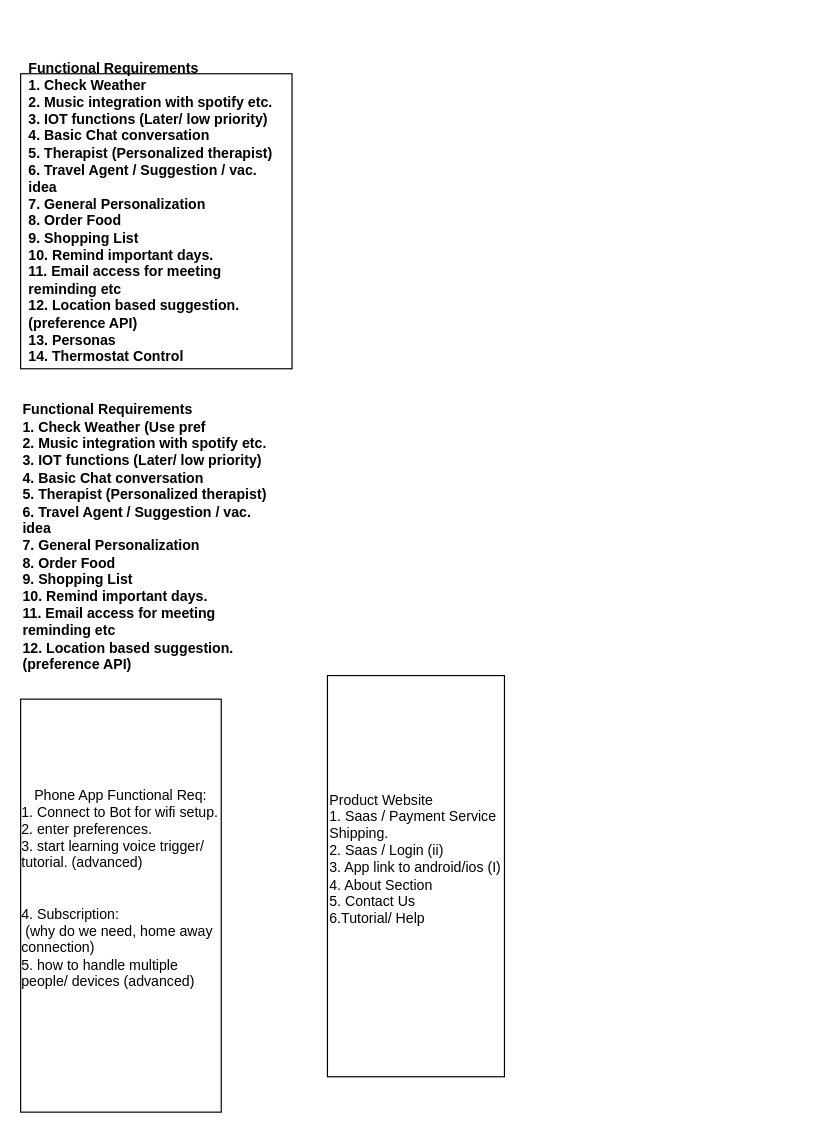
Above: page "Page-1" (1 of 4) of SoftwareDesign.drawio in kavinbala96/chatBot (draw.io), before the change. Source tidied: cells renumbered, new cells numbered last; positions are measured from the earlier drawing's top-left corner, leaving out a move shared by most shapes. Both pictures are drawn from the tidied source at 118%, with x=0, y=0 at pixel (20, 73).
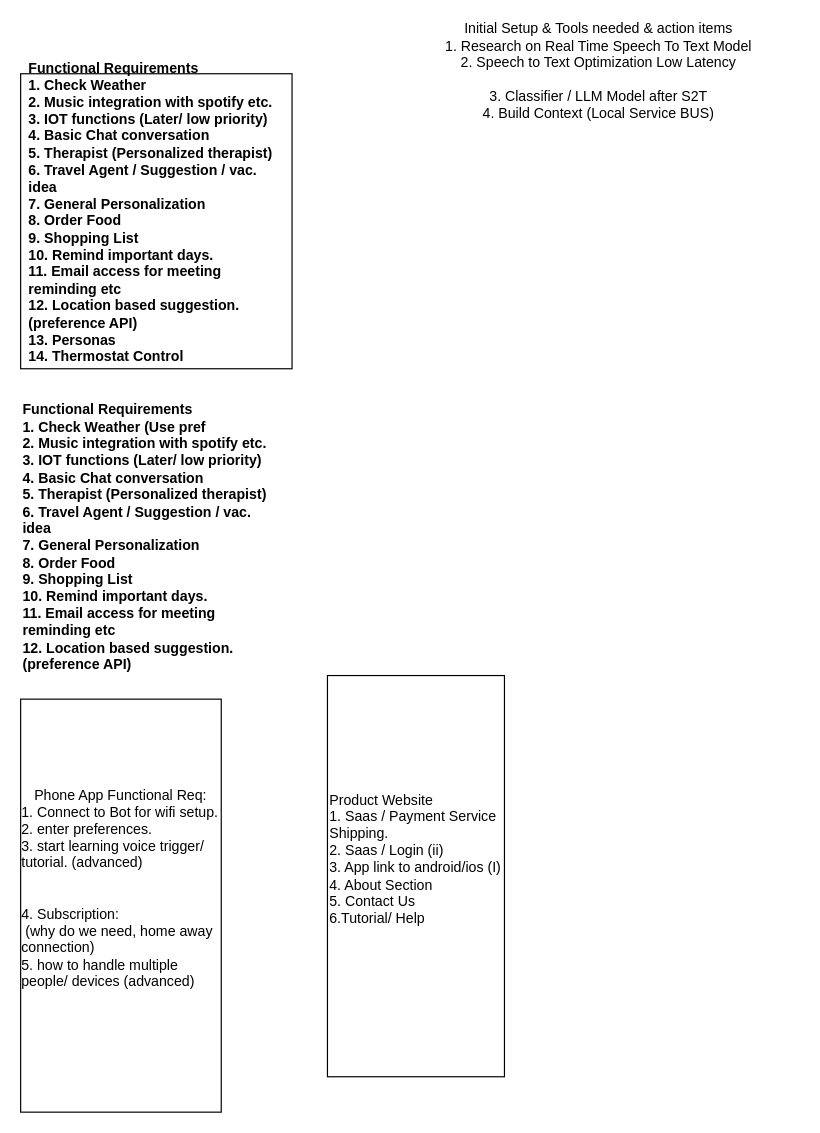
Above is the later version.

The edit, as a diff of the source:
```diff
@@
 <mxGraphModel>
   <root>
     <mxCell id="0" />
     <mxCell id="1" parent="0" />
     <mxCell id="2" style="rounded=0;whiteSpace=wrap;html=1;" parent="1" vertex="1">
       <mxGeometry width="230" height="250" as="geometry" />
     </mxCell>
     <mxCell id="3" value="&lt;div align=&quot;left&quot;&gt;&lt;b&gt;Functional Requirements&lt;/b&gt;&lt;/div&gt;&lt;div align=&quot;left&quot;&gt;&lt;b&gt;1. Check Weather&lt;/b&gt;&lt;/div&gt;&lt;div align=&quot;left&quot;&gt;&lt;b&gt;2. Music integration with spotify etc.&lt;/b&gt;&lt;/div&gt;&lt;div align=&quot;left&quot;&gt;&lt;b&gt;3. IOT functions (Later/ low priority)&lt;/b&gt;&lt;/div&gt;&lt;div align=&quot;left&quot;&gt;&lt;b&gt;4. Basic Chat conversation&lt;/b&gt;&lt;/div&gt;&lt;div align=&quot;left&quot;&gt;&lt;b&gt;5. Therapist (Personalized therapist)&lt;/b&gt;&lt;/div&gt;&lt;div align=&quot;left&quot;&gt;&lt;b&gt;6. Travel Agent / Suggestion / vac. idea &lt;br&gt;&lt;/b&gt;&lt;/div&gt;&lt;div align=&quot;left&quot;&gt;&lt;b&gt;7. General Personalization&lt;/b&gt;&lt;/div&gt;&lt;div align=&quot;left&quot;&gt;&lt;b&gt;8. Order Food&lt;/b&gt;&lt;/div&gt;&lt;div align=&quot;left&quot;&gt;&lt;b&gt;9. Shopping List&lt;/b&gt;&lt;/div&gt;&lt;div align=&quot;left&quot;&gt;&lt;b&gt;10. Remind important days.&lt;/b&gt;&lt;/div&gt;&lt;div align=&quot;left&quot;&gt;&lt;b&gt;11. Email access for meeting reminding etc&lt;/b&gt;&lt;/div&gt;&lt;div align=&quot;left&quot;&gt;&lt;b&gt;12. Location based suggestion. (preference API)&lt;/b&gt;&lt;/div&gt;&lt;div align=&quot;left&quot;&gt;&lt;b&gt;13. Personas&lt;br&gt;&lt;/b&gt;&lt;/div&gt;&lt;div align=&quot;left&quot;&gt;&lt;b&gt;14. Thermostat Control&lt;br&gt;&lt;/b&gt;&lt;/div&gt;&lt;div align=&quot;left&quot;&gt;&lt;b&gt;&amp;nbsp;&amp;nbsp;&amp;nbsp;&amp;nbsp;&amp;nbsp; &lt;br&gt;&lt;/b&gt;&lt;/div&gt;" style="text;html=1;align=left;verticalAlign=middle;whiteSpace=wrap;rounded=0;" parent="1" vertex="1">
       <mxGeometry x="5" y="10" width="220" height="230" as="geometry" />
     </mxCell>
     <mxCell id="4" value="&lt;div align=&quot;left&quot;&gt;&lt;b&gt;Functional Requirements&lt;/b&gt;&lt;/div&gt;&lt;div align=&quot;left&quot;&gt;&lt;b&gt;1. Check Weather (Use pref&lt;br&gt;&lt;/b&gt;&lt;/div&gt;&lt;div align=&quot;left&quot;&gt;&lt;b&gt;2. Music integration with spotify etc.&lt;/b&gt;&lt;/div&gt;&lt;div align=&quot;left&quot;&gt;&lt;b&gt;3. IOT functions (Later/ low priority)&lt;/b&gt;&lt;/div&gt;&lt;div align=&quot;left&quot;&gt;&lt;b&gt;4. Basic Chat conversation&lt;/b&gt;&lt;/div&gt;&lt;div align=&quot;left&quot;&gt;&lt;b&gt;5. Therapist (Personalized therapist)&lt;/b&gt;&lt;/div&gt;&lt;div align=&quot;left&quot;&gt;&lt;b&gt;6. Travel Agent / Suggestion / vac. idea &lt;br&gt;&lt;/b&gt;&lt;/div&gt;&lt;div align=&quot;left&quot;&gt;&lt;b&gt;7. General Personalization&lt;/b&gt;&lt;/div&gt;&lt;div align=&quot;left&quot;&gt;&lt;b&gt;8. Order Food&lt;/b&gt;&lt;/div&gt;&lt;div align=&quot;left&quot;&gt;&lt;b&gt;9. Shopping List&lt;/b&gt;&lt;/div&gt;&lt;div align=&quot;left&quot;&gt;&lt;b&gt;10. Remind important days.&lt;/b&gt;&lt;/div&gt;&lt;div align=&quot;left&quot;&gt;&lt;b&gt;11. Email access for meeting reminding etc&lt;/b&gt;&lt;/div&gt;&lt;div align=&quot;left&quot;&gt;&lt;b&gt;12. Location based suggestion. (preference API)&lt;/b&gt;&lt;/div&gt;&lt;div align=&quot;left&quot;&gt;&lt;b&gt;&amp;nbsp;&amp;nbsp;&amp;nbsp;&amp;nbsp;&amp;nbsp; &lt;br&gt;&lt;/b&gt;&lt;/div&gt;" style="text;html=1;align=left;verticalAlign=middle;whiteSpace=wrap;rounded=0;" parent="1" vertex="1">
       <mxGeometry y="290" width="220" height="220" as="geometry" />
     </mxCell>
     <mxCell id="5" value="&lt;div&gt;Phone App Functional Req:&lt;/div&gt;&lt;div align=&quot;left&quot;&gt;1. Connect to Bot for wifi setup.&lt;/div&gt;&lt;div align=&quot;left&quot;&gt;2. enter preferences.&lt;/div&gt;&lt;div align=&quot;left&quot;&gt;3. start learning voice trigger/ tutorial. (advanced)&lt;br&gt;&lt;br&gt;&lt;br&gt;&lt;/div&gt;&lt;div align=&quot;left&quot;&gt;4. Subscription:&lt;/div&gt;&lt;div align=&quot;left&quot;&gt;&amp;nbsp;(why do we need, home away connection)&lt;/div&gt;&lt;div align=&quot;left&quot;&gt;5. how to handle multiple people/ devices (advanced)&lt;br&gt;&lt;/div&gt;&lt;div align=&quot;left&quot;&gt;&lt;br&gt;&lt;/div&gt;&lt;div&gt;&lt;br&gt;&lt;/div&gt;" style="whiteSpace=wrap;html=1;" parent="1" vertex="1">
       <mxGeometry y="530" width="170" height="350" as="geometry" />
     </mxCell>
     <mxCell id="6" value="&lt;div align=&quot;left&quot;&gt;Product Website&lt;/div&gt;&lt;div align=&quot;left&quot;&gt;1. Saas / Payment Service Shipping.&lt;br&gt;&lt;/div&gt;&lt;div align=&quot;left&quot;&gt;2. Saas / Login (ii)&lt;br&gt;&lt;/div&gt;&lt;div align=&quot;left&quot;&gt;3. App link to android/ios (I)&lt;/div&gt;&lt;div align=&quot;left&quot;&gt;4. About Section&lt;/div&gt;&lt;div align=&quot;left&quot;&gt;5. Contact Us&lt;/div&gt;&lt;div align=&quot;left&quot;&gt;6.Tutorial/ Help&lt;br&gt;&lt;/div&gt;&lt;div align=&quot;left&quot;&gt;&lt;br&gt;&lt;/div&gt;&lt;div align=&quot;left&quot;&gt;&lt;br&gt;&lt;/div&gt;" style="whiteSpace=wrap;html=1;align=left;" parent="1" vertex="1">
       <mxGeometry x="260" y="510" width="150" height="340" as="geometry" />
     </mxCell>
+    <mxCell id="7" value="&lt;div&gt;Initial Setup &amp;amp; Tools needed &amp;amp; action items&lt;br&gt;&lt;/div&gt;&lt;div&gt;1. Research on Real Time Speech To Text Model&lt;/div&gt;&lt;div&gt;2. Speech to Text Optimization Low Latency&lt;/div&gt;&lt;div&gt;&lt;br&gt;&lt;/div&gt;&lt;div&gt;3. Classifier / LLM Model after S2T&lt;/div&gt;&lt;div&gt;4. Build Context (Local Service BUS)&lt;br&gt;&lt;/div&gt;&lt;div&gt;&lt;br&gt;&lt;/div&gt;" style="text;html=1;align=center;verticalAlign=middle;whiteSpace=wrap;rounded=0;" parent="1" vertex="1">
+      <mxGeometry x="320" y="-10" width="340" height="30" as="geometry" />
+    </mxCell>
   </root>
 </mxGraphModel>
```
